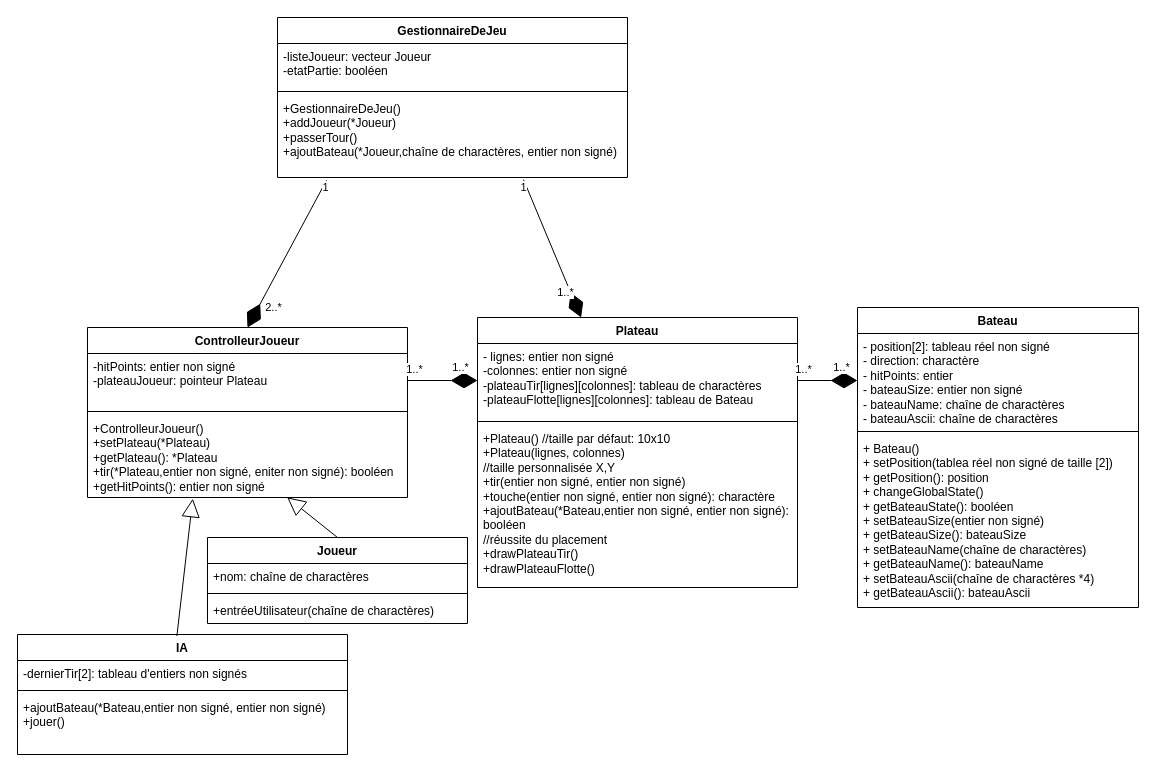
This is diagramme_de_classe_tp11.drawio from AAAAAAAAAAAAAAAAAAAAAAAAAAAAAAAAAAAAAAv/Touche_coule_tp11, a draw.io file, before an edit. Source tidied: cells renumbered, new cells numbered last; positions are measured from the earlier drawing's top-left corner, leaving out a move shared by most shapes. Both pictures are drawn from the tidied source at 100%, with x=0, y=0 at pixel (17, 17).
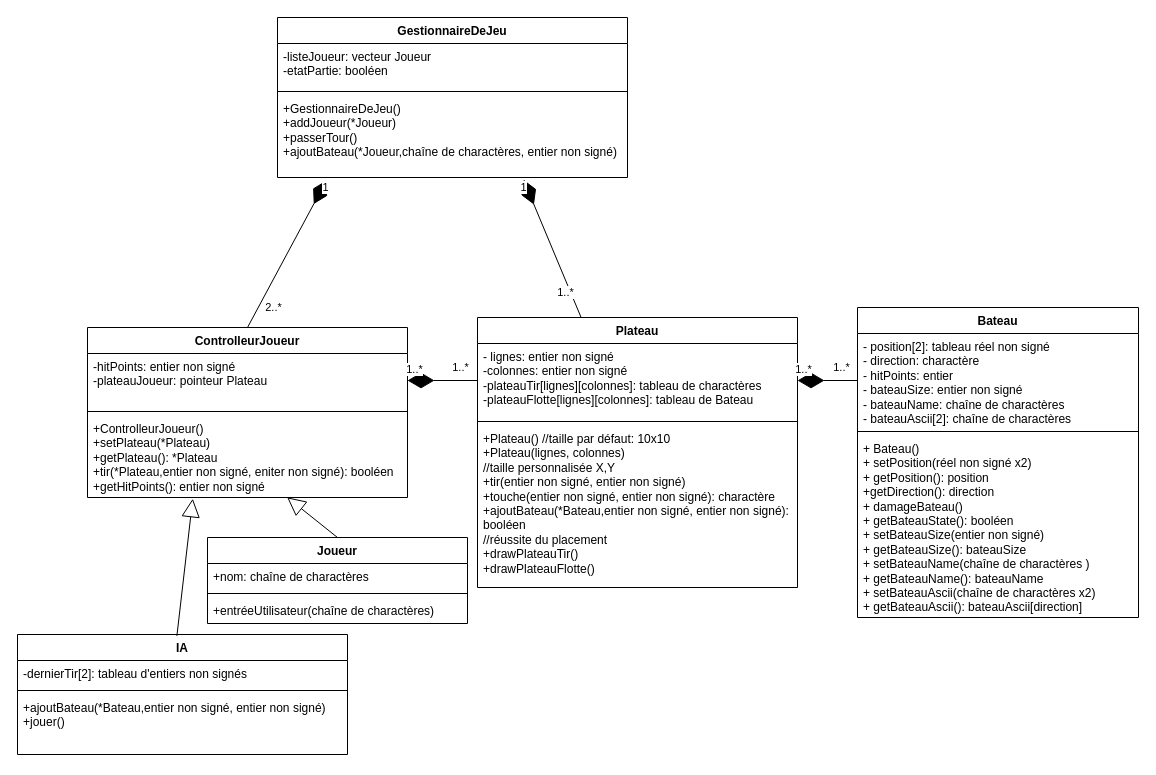
The same diagram, later.

Commit message:
mise à jour du diagramme de classes partie Bateau

The change refers to these unchanged cells:
```xml
<mxCell id="6" value="Plateau" style="swimlane;fontStyle=1;align=center;verticalAlign=top;horizontal=1;startSize=26;whiteSpace=wrap;html=1;" parent="1" vertex="1">
  <mxGeometry x="460" y="300" width="320" height="270" as="geometry" />
</mxCell>
<mxCell id="7" value="- lignes: entier non signé&lt;div&gt;-colonnes: entier non signé&lt;/div&gt;&lt;div&gt;&lt;div&gt;-plateauTir&lt;span style=&quot;background-color: initial;&quot;&gt;[lignes][colonnes]&lt;/span&gt;&lt;span style=&quot;background-color: initial;&quot;&gt;: tableau de charactères&lt;/span&gt;&lt;/div&gt;&lt;div&gt;-plateauFlotte&lt;span style=&quot;background-color: initial;&quot;&gt;[lignes][colonnes]&lt;/span&gt;&lt;span style=&quot;background-color: initial;&quot;&gt;: tableau de Bateau&lt;/span&gt;&lt;/div&gt;&lt;/div&gt;" style="text;strokeColor=none;fillColor=none;align=left;verticalAlign=top;spacingLeft=4;spacingRight=4;overflow=hidden;points=[[0,0.5],[1,0.5]];portConstraint=eastwest;whiteSpace=wrap;html=1;" parent="6" vertex="1">
  <mxGeometry y="26" width="320" height="74" as="geometry" />
</mxCell>
<mxCell id="10" value="ControlleurJoueur" style="swimlane;fontStyle=1;align=center;verticalAlign=top;horizontal=1;startSize=26;whiteSpace=wrap;html=1;" parent="1" vertex="1">
  <mxGeometry x="70" y="310" width="320" height="170" as="geometry" />
</mxCell>
<mxCell id="11" value="&lt;div&gt;-hitPoints: entier non signé&lt;/div&gt;&lt;div&gt;-plateauJoueur: pointeur Plateau&lt;/div&gt;&lt;div&gt;&lt;br&gt;&lt;/div&gt;" style="text;strokeColor=none;fillColor=none;align=left;verticalAlign=top;spacingLeft=4;spacingRight=4;overflow=hidden;points=[[0,0.5],[1,0.5]];portConstraint=eastwest;whiteSpace=wrap;html=1;" parent="10" vertex="1">
  <mxGeometry y="26" width="320" height="54" as="geometry" />
</mxCell>
<mxCell id="17" value="+GestionnaireDeJeu()&lt;div&gt;+addJoueur(*Joueur)&lt;/div&gt;&lt;div&gt;+passerTour()&lt;/div&gt;&lt;div&gt;+ajoutBateau(*Joueur,chaîne de charactères, entier non signé)&lt;/div&gt;&lt;div&gt;&lt;br&gt;&lt;/div&gt;" style="text;strokeColor=none;fillColor=none;align=left;verticalAlign=top;spacingLeft=4;spacingRight=4;overflow=hidden;points=[[0,0.5],[1,0.5]];portConstraint=eastwest;whiteSpace=wrap;html=1;" parent="14" vertex="1">
  <mxGeometry y="78" width="350" height="82" as="geometry" />
</mxCell>
```

The edit, as a diff of the source:
```diff
@@
     <mxCell id="2" value="Bateau" style="swimlane;fontStyle=1;align=center;verticalAlign=top;horizontal=1;startSize=26;whiteSpace=wrap;html=1;" parent="1" vertex="1">
-      <mxGeometry x="840" y="290" width="281" height="300" as="geometry" />
+      <mxGeometry x="840" y="290" width="281" height="310" as="geometry" />
     </mxCell>
-    <mxCell id="3" value="- position[2]: tableau réel non signé&lt;div&gt;- direction: charactère&lt;/div&gt;&lt;div&gt;- hitPoints: entier&lt;/div&gt;&lt;div&gt;- bateauSize: entier non signé&lt;/div&gt;&lt;div&gt;- bateauName: chaîne de charactères&lt;/div&gt;&lt;div&gt;- bateauAscii: chaîne de charactères&amp;nbsp;&lt;/div&gt;" style="text;strokeColor=none;fillColor=none;align=left;verticalAlign=top;spacingLeft=4;spacingRight=4;overflow=hidden;points=[[0,0.5],[1,0.5]];portConstraint=eastwest;whiteSpace=wrap;html=1;" parent="2" vertex="1">
+    <mxCell id="3" value="- position[2]: tableau réel non signé&lt;div&gt;- direction: charactère&lt;/div&gt;&lt;div&gt;- hitPoints: entier&lt;/div&gt;&lt;div&gt;- bateauSize: entier non signé&lt;/div&gt;&lt;div&gt;- bateauName: chaîne de charactères&lt;/div&gt;&lt;div&gt;- bateauAscii[2]: chaîne de charactères&amp;nbsp;&lt;/div&gt;" style="text;strokeColor=none;fillColor=none;align=left;verticalAlign=top;spacingLeft=4;spacingRight=4;overflow=hidden;points=[[0,0.5],[1,0.5]];portConstraint=eastwest;whiteSpace=wrap;html=1;" parent="2" vertex="1">
       <mxGeometry y="26" width="281" height="94" as="geometry" />
     </mxCell>
@@
-    <mxCell id="5" value="&lt;div&gt;+ Bateau()&lt;/div&gt;&lt;div&gt;+ setPosition(tablea réel non signé de taille [2])&lt;/div&gt;&lt;div&gt;+ getPosition(): position&lt;/div&gt;&lt;div&gt;&lt;span style=&quot;background-color: initial;&quot;&gt;+ changeGlobalState()&lt;/span&gt;&lt;/div&gt;&lt;div&gt;+ getBateauState(): booléen&lt;/div&gt;&lt;div&gt;+ setBateauSize(entier non signé)&lt;/div&gt;&lt;div&gt;+ getBateauSize(): bateauSize&lt;/div&gt;&lt;div&gt;+ setBateauName(chaîne de charactères)&lt;/div&gt;&lt;div&gt;+ getBateauName(): bateauName&lt;/div&gt;&lt;div&gt;+ setBateauAscii(chaîne de charactères *4)&lt;/div&gt;&lt;div&gt;+ getBateauAscii(): bateauAscii&lt;/div&gt;" style="text;strokeColor=none;fillColor=none;align=left;verticalAlign=top;spacingLeft=4;spacingRight=4;overflow=hidden;whiteSpace=wrap;html=1;" parent="2" vertex="1">
-      <mxGeometry y="128" width="281" height="172" as="geometry" />
+    <mxCell id="5" value="&lt;div&gt;+ Bateau()&lt;/div&gt;&lt;div&gt;+ setPosition(réel non signé x2)&lt;/div&gt;&lt;div&gt;+ getPosition(): position&lt;/div&gt;&lt;div&gt;+getDirection(): direction&lt;/div&gt;&lt;div&gt;&lt;span style=&quot;background-color: initial;&quot;&gt;+ damageBateau()&lt;/span&gt;&lt;/div&gt;&lt;div&gt;+ getBateauState(): booléen&lt;/div&gt;&lt;div&gt;+ setBateauSize(entier non signé)&lt;/div&gt;&lt;div&gt;+ getBateauSize(): bateauSize&lt;/div&gt;&lt;div&gt;+ setBateauName(chaîne de charactères )&lt;/div&gt;&lt;div&gt;+ getBateauName(): bateauName&lt;/div&gt;&lt;div&gt;+ setBateauAscii(chaîne de charactères x2)&lt;/div&gt;&lt;div&gt;+ getBateauAscii(): bateauAscii[direction]&lt;/div&gt;" style="text;strokeColor=none;fillColor=none;align=left;verticalAlign=top;spacingLeft=4;spacingRight=4;overflow=hidden;whiteSpace=wrap;html=1;" parent="2" vertex="1">
+      <mxGeometry y="128" width="281" height="182" as="geometry" />
     </mxCell>
@@
-    <mxCell id="18" style="endArrow=diamondThin;endFill=1;endSize=24;html=1;rounded=0;exitX=0.14;exitY=1.034;exitDx=0;exitDy=0;exitPerimeter=0;entryX=0.5;entryY=0;entryDx=0;entryDy=0;" parent="1" edge="1" source="17" target="10">
+    <mxCell id="18" style="endArrow=none;endFill=0;endSize=24;html=1;rounded=0;exitX=0.14;exitY=1.034;exitDx=0;exitDy=0;exitPerimeter=0;entryX=0.5;entryY=0;entryDx=0;entryDy=0;startSize=24;startArrow=diamondThin;startFill=1;" parent="1" edge="1" source="17" target="10">
       <mxGeometry relative="1" as="geometry" />
     </mxCell>
@@
-    <mxCell id="29" style="endArrow=diamondThin;endFill=1;endSize=24;html=1;rounded=0;exitX=1;exitY=0.5;exitDx=0;exitDy=0;entryX=0;entryY=0.5;entryDx=0;entryDy=0;" parent="1" edge="1" source="11" target="7">
+    <mxCell id="29" style="endArrow=none;endFill=0;endSize=24;html=1;rounded=0;exitX=1;exitY=0.5;exitDx=0;exitDy=0;entryX=0;entryY=0.5;entryDx=0;entryDy=0;startArrow=diamondThin;startFill=1;startSize=24;" parent="1" edge="1" source="11" target="7">
       <mxGeometry relative="1" as="geometry" />
     </mxCell>
@@
-    <mxCell id="34" style="endArrow=diamondThin;endFill=1;endSize=24;html=1;rounded=0;exitX=1;exitY=0.5;exitDx=0;exitDy=0;entryX=0;entryY=0.5;entryDx=0;entryDy=0;" parent="1" edge="1" source="7" target="3">
+    <mxCell id="34" style="endArrow=none;endFill=0;endSize=24;html=1;rounded=0;exitX=1;exitY=0.5;exitDx=0;exitDy=0;entryX=0;entryY=0.5;entryDx=0;entryDy=0;startSize=24;startArrow=diamondThin;startFill=1;" parent="1" edge="1" source="7" target="3">
       <mxGeometry relative="1" as="geometry" />
     </mxCell>
@@
-    <mxCell id="37" style="endArrow=diamondThin;endFill=1;endSize=24;html=1;rounded=0;exitX=0.703;exitY=1.027;exitDx=0;exitDy=0;exitPerimeter=0;" parent="1" edge="1" source="17" target="6">
+    <mxCell id="37" style="endArrow=none;endFill=0;endSize=24;html=1;rounded=0;exitX=0.703;exitY=1.027;exitDx=0;exitDy=0;exitPerimeter=0;startSize=24;startArrow=diamondThin;startFill=1;" parent="1" edge="1" source="17" target="6">
       <mxGeometry relative="1" as="geometry" />
     </mxCell>
```
